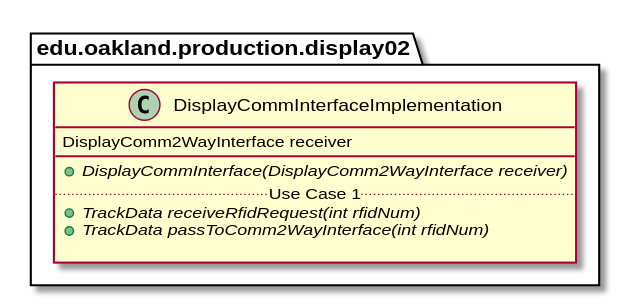
andrewdimmer/csi-3370-software-project keeps this PlantUML diagram as docs/uml-class-diagrams/display02/production/DisplayCommInterfaceImplementation/DisplayCommInterfaceImplementation.svg. Above is the earlier version.
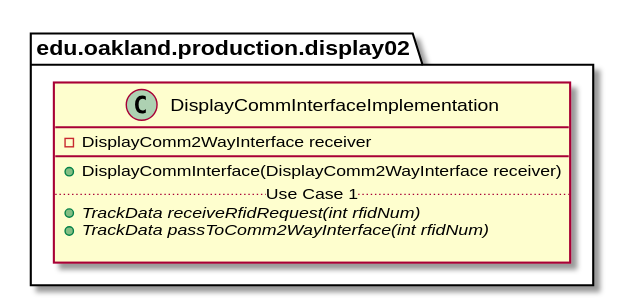
After the change.

What changed in the source:
```diff
@@ -2,9 +2,9 @@
 
 package edu.oakland.production.display02 {
     class DisplayCommInterfaceImplementation {
-        DisplayComm2WayInterface receiver
+        - DisplayComm2WayInterface receiver
         __
-        {abstract} + DisplayCommInterface(DisplayComm2WayInterface receiver)
+        + DisplayCommInterface(DisplayComm2WayInterface receiver)
         .. Use Case 1 ..
         {abstract} + TrackData receiveRfidRequest(int rfidNum)
         {abstract} + TrackData passToComm2WayInterface(int rfidNum)
```
